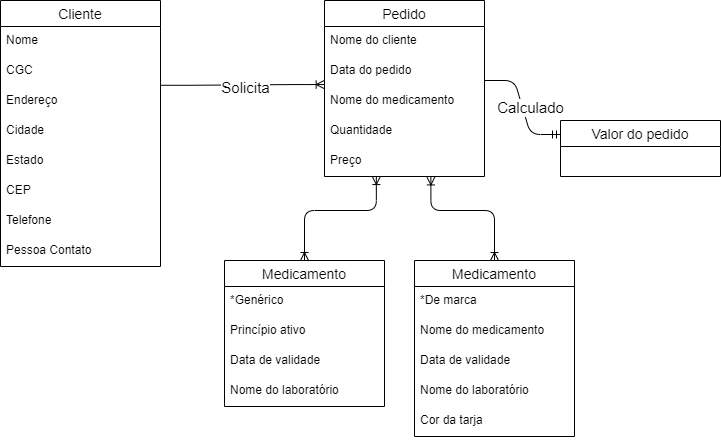
The draw.io diagram Atividades/Atividade02/Diagrama sem título.png in PedroMoT4/MDC053, before a commit. Source tidied: cells renumbered, new cells last; positions are measured from the earlier drawing's top-left corner, leaving out a move shared by most shapes.
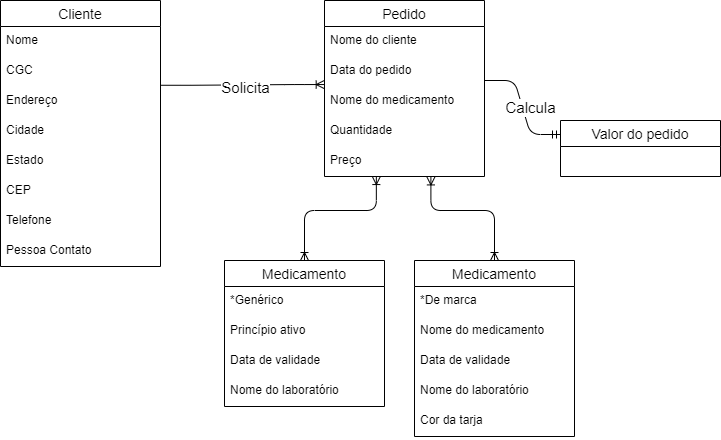
After the commit.

The edit, as a diff of the source:
```diff
@@ -27,7 +27,7 @@
     <mxCell id="6" style="edgeStyle=entityRelationEdgeStyle;fontSize=12;html=1;endArrow=ERmandOne;exitX=1;exitY=-0.2;exitDx=0;exitDy=0;entryX=0;entryY=0.25;entryDx=0;entryDy=0;exitPerimeter=0;" parent="1" edge="1" source="16" target="25">
       <mxGeometry relative="1" as="geometry" />
     </mxCell>
-    <mxCell id="7" value="&lt;font style=&quot;font-size: 15px&quot;&gt;Calculado&lt;/font&gt;" style="edgeLabel;html=1;align=center;verticalAlign=middle;" parent="6" vertex="1">
+    <mxCell id="7" value="&lt;span style=&quot;font-size: 15px&quot;&gt;Calcula&lt;/span&gt;" style="edgeLabel;html=1;align=center;verticalAlign=middle;" parent="6" vertex="1">
       <mxGeometry x="-0.11" y="-3" relative="1" as="geometry">
         <mxPoint x="12.6" y="4.3" as="offset" />
       </mxGeometry>
```
